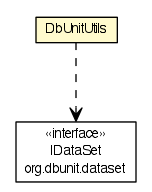
The Graphviz diagram apidocs/org/dayatang/dbunit/DbUnitUtils.png in dayatang/dddlib, before a commit. Its source is kept beside it as apidocs/org/dayatang/dbunit/DbUnitUtils.dot. The source it was exported from:
```dot

digraph G {
	edge [fontname="Helvetica",fontsize=10,labelfontname="Helvetica",labelfontsize=10];
	node [fontname="Helvetica",fontsize=10,shape=plaintext];
	nodesep=0.25;
	ranksep=0.5;
	c40390 [label=<<table title="org.dayatang.dbunit.DbUnitUtils" border="0" cellborder="1" cellspacing="0" cellpadding="2" port="p" bgcolor="lemonChiffon" href="./DbUnitUtils.html">
		<tr><td><table border="0" cellspacing="0" cellpadding="1">
<tr><td align="center" balign="center"> DbUnitUtils </td></tr>
		</table></td></tr>
		</table>>, URL="./DbUnitUtils.html", fontname="Helvetica", fontcolor="black", fontsize=10.0];
	c40390:p -> c40532:p [taillabel="", label=" "headlabel="", fontname="Helvetica", fontcolor="black", fontsize=10.0, color="black", arrowhead=open, style=dashed];
	c40532 [label=<<table title="org.dbunit.dataset.IDataSet" border="0" cellborder="1" cellspacing="0" cellpadding="2" port="p" href="http://java.sun.com/j2se/1.4.2/docs/api/org/dbunit/dataset/IDataSet.html">
		<tr><td><table border="0" cellspacing="0" cellpadding="1">
<tr><td align="center" balign="center"> &#171;interface&#187; </td></tr>
<tr><td align="center" balign="center"> IDataSet </td></tr>
<tr><td align="center" balign="center"> org.dbunit.dataset </td></tr>
		</table></td></tr>
		</table>>, URL="http://java.sun.com/j2se/1.4.2/docs/api/org/dbunit/dataset/IDataSet.html", fontname="Helvetica", fontcolor="black", fontsize=10.0];
}
```
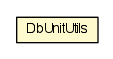
After the commit.

Diff of the diagram source:
```diff
@@ -4,17 +4,9 @@
 	node [fontname="Helvetica",fontsize=10,shape=plaintext];
 	nodesep=0.25;
 	ranksep=0.5;
-	c40390 [label=<<table title="org.dayatang.dbunit.DbUnitUtils" border="0" cellborder="1" cellspacing="0" cellpadding="2" port="p" bgcolor="lemonChiffon" href="./DbUnitUtils.html">
+	c40198 [label=<<table title="org.dayatang.dbunit.DbUnitUtils" border="0" cellborder="1" cellspacing="0" cellpadding="2" port="p" bgcolor="lemonChiffon" href="./DbUnitUtils.html">
 		<tr><td><table border="0" cellspacing="0" cellpadding="1">
 <tr><td align="center" balign="center"> DbUnitUtils </td></tr>
 		</table></td></tr>
 		</table>>, URL="./DbUnitUtils.html", fontname="Helvetica", fontcolor="black", fontsize=10.0];
-	c40390:p -> c40532:p [taillabel="", label=" "headlabel="", fontname="Helvetica", fontcolor="black", fontsize=10.0, color="black", arrowhead=open, style=dashed];
-	c40532 [label=<<table title="org.dbunit.dataset.IDataSet" border="0" cellborder="1" cellspacing="0" cellpadding="2" port="p" href="http://java.sun.com/j2se/1.4.2/docs/api/org/dbunit/dataset/IDataSet.html">
-		<tr><td><table border="0" cellspacing="0" cellpadding="1">
-<tr><td align="center" balign="center"> &#171;interface&#187; </td></tr>
-<tr><td align="center" balign="center"> IDataSet </td></tr>
-<tr><td align="center" balign="center"> org.dbunit.dataset </td></tr>
-		</table></td></tr>
-		</table>>, URL="http://java.sun.com/j2se/1.4.2/docs/api/org/dbunit/dataset/IDataSet.html", fontname="Helvetica", fontcolor="black", fontsize=10.0];
 }
```
